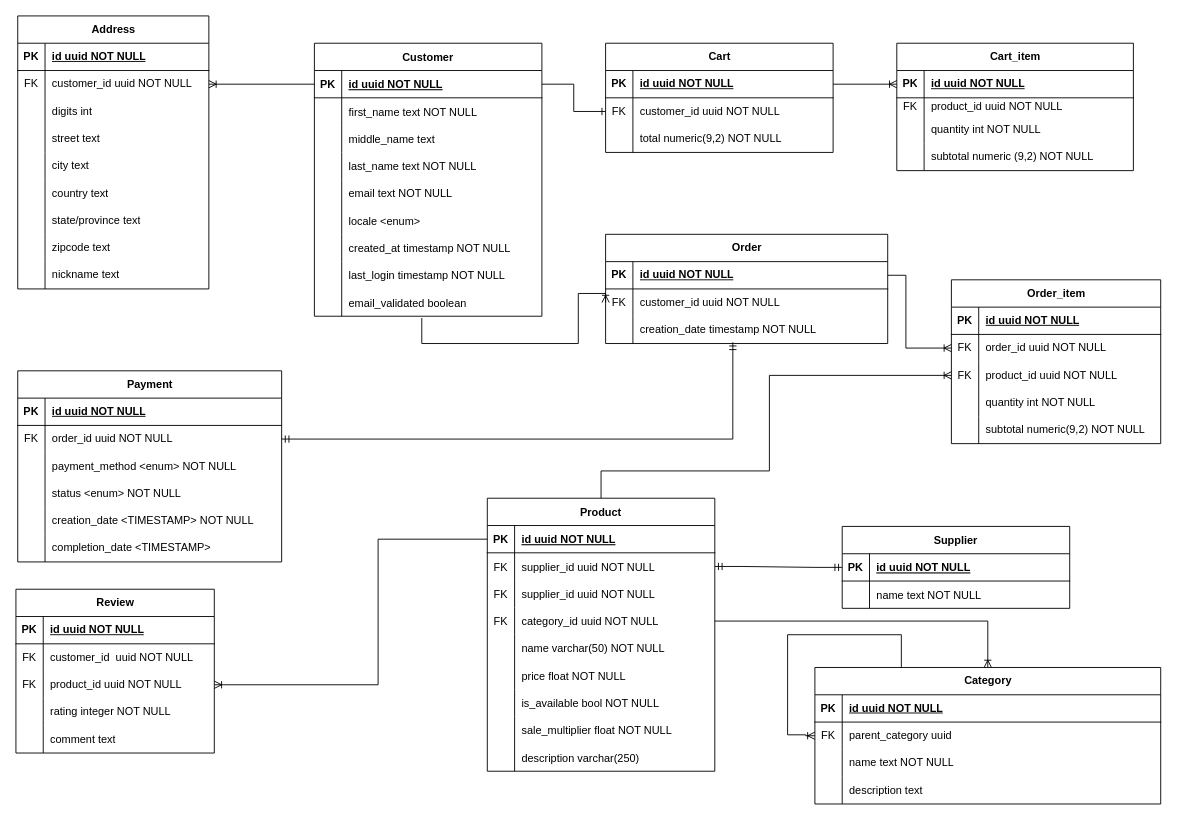
Earlier version of the draw.io diagram erd_ecommerce.drawio (Merst/online_shop_saas). Source tidied: cells renumbered, new cells numbered last; positions are measured from the earlier drawing's top-left corner, leaving out a move shared by most shapes. Both pictures are drawn from the tidied source at 91%, with x=0, y=0 at pixel (15, 15).
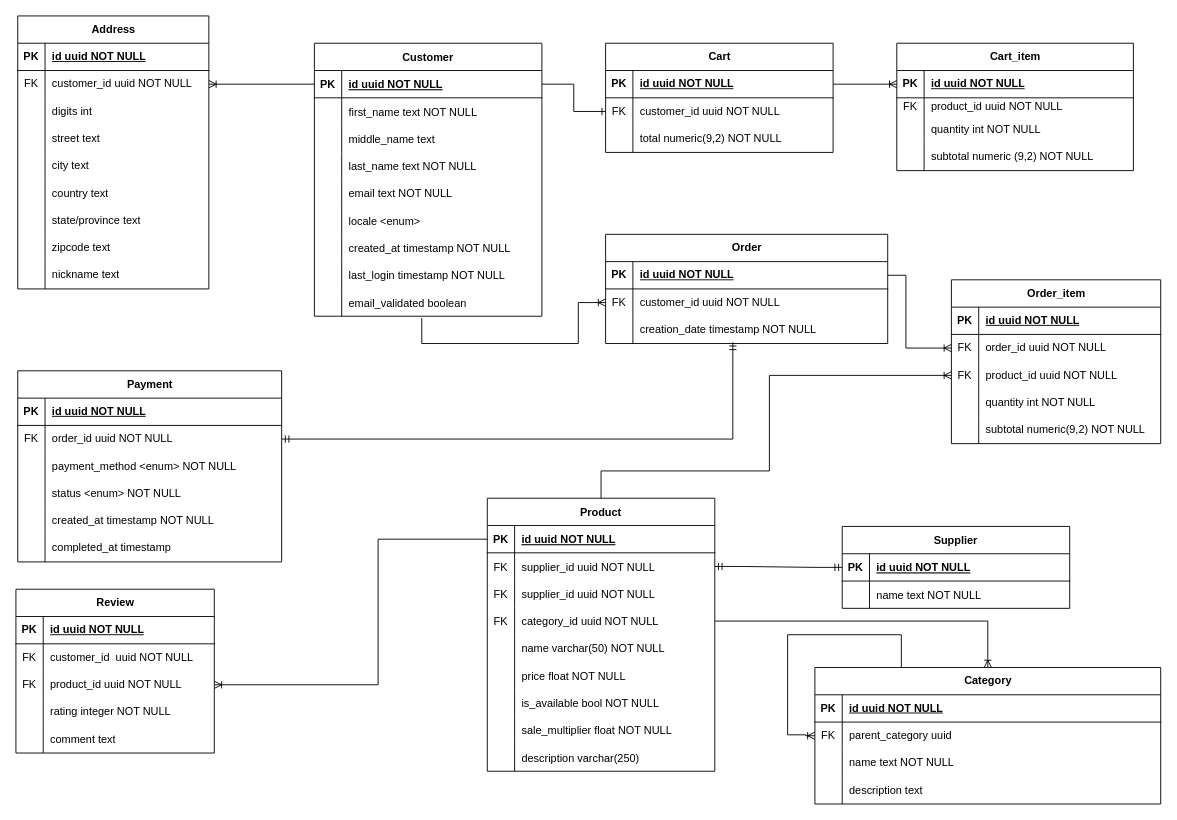
After the change.

Commit message (it also covers changes not shown here):
Refactoring of Payment in Schema, ERD update in consequence.

The change refers to these unchanged cells:
```xml
<mxCell id="62" style="shape=partialRectangle;fillColor=none;points=[[0,0.5],[1,0.5]];portConstraint=eastwest;top=0;left=0;right=0;bottom=0;" parent="37" vertex="1">
  <mxGeometry y="270" width="250" height="30" as="geometry" />
</mxCell>
<mxCell id="102" style="shape=tableRow;horizontal=0;startSize=0;swimlaneHead=0;swimlaneBody=0;fillColor=none;top=0;left=0;right=0;bottom=0;" parent="89" vertex="1">
  <mxGeometry y="150" width="290" height="30" as="geometry" />
</mxCell>
<mxCell id="105" style="shape=tableRow;horizontal=0;startSize=0;swimlaneHead=0;swimlaneBody=0;fillColor=none;top=0;left=0;right=0;bottom=0;" parent="89" vertex="1">
  <mxGeometry y="180" width="290" height="30" as="geometry" />
</mxCell>
<mxCell id="125" style="shape=tableRow;horizontal=0;startSize=0;swimlaneHead=0;swimlaneBody=0;fillColor=none;points=[[0,0.5],[1,0.5]];portConstraint=eastwest;top=0;left=0;right=0;bottom=0;" parent="121" vertex="1">
  <mxGeometry y="60" width="310" height="30" as="geometry" />
</mxCell>
```

Diff of the diagram source:
```diff
@@
-    <mxCell id="104" value="creation_date &amp;lt;TIMESTAMP&amp;gt; NOT NULL" style="shape=partialRectangle;fillColor=none;top=0;left=0;bottom=0;right=0;align=left;spacingLeft=6;overflow=hidden;whiteSpace=wrap;html=1;" parent="102" vertex="1">
+    <mxCell id="104" value="created_at timestamp NOT NULL" style="shape=partialRectangle;fillColor=none;top=0;left=0;bottom=0;right=0;align=left;spacingLeft=6;overflow=hidden;whiteSpace=wrap;html=1;" parent="102" vertex="1">
       <mxGeometry x="30" width="260" height="30" as="geometry" />
     </mxCell>
@@
-    <mxCell id="107" value="completion_date &amp;lt;TIMESTAMP&amp;gt;" style="shape=partialRectangle;fillColor=none;top=0;left=0;bottom=0;right=0;align=left;spacingLeft=6;overflow=hidden;whiteSpace=wrap;html=1;" parent="105" vertex="1">
+    <mxCell id="107" value="completed_at timestamp" style="shape=partialRectangle;fillColor=none;top=0;left=0;bottom=0;right=0;align=left;spacingLeft=6;overflow=hidden;whiteSpace=wrap;html=1;" parent="105" vertex="1">
       <mxGeometry x="30" width="260" height="30" as="geometry" />
     </mxCell>
@@
     <mxCell id="198" style="edgeStyle=orthogonalEdgeStyle;fontSize=12;html=1;endArrow=ERoneToMany;rounded=0;entryX=0;entryY=0.5;entryDx=0;entryDy=0;exitX=0.472;exitY=1.067;exitDx=0;exitDy=0;exitPerimeter=0;" parent="1" edge="1" source="62" target="125">
       <mxGeometry relative="1" as="geometry">
         <Array as="points">
           <mxPoint x="446" y="360" />
           <mxPoint x="618" y="360" />
-          <mxPoint x="618" y="305" />
-          <mxPoint x="648" y="305" />
+          <mxPoint x="618" y="315" />
         </Array>
       </mxGeometry>
     </mxCell>
```
